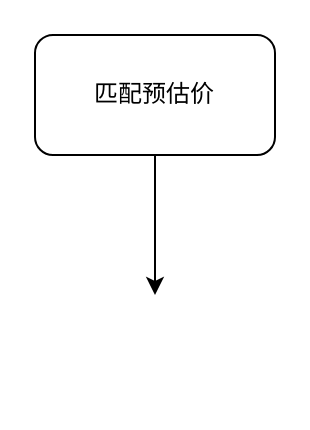
Before: page "匹配预估价" (9 of 9) of 阿里云交易.drawio in mashifei/uml, a draw.io diagram. Source tidied: cells renumbered, new cells numbered last; positions are measured from the earlier drawing's top-left corner, leaving out a move shared by most shapes. Both pictures are drawn from the tidied source at 200%, with x=0, y=0 at pixel (34, 34).
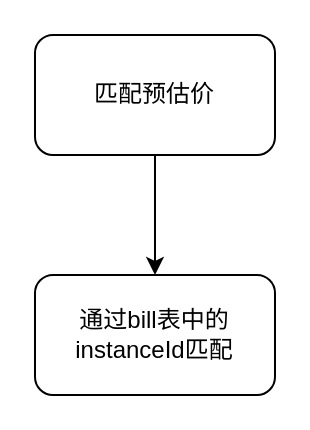
The same page after the edit.

Diff of the diagram source:
```diff
@@
 <mxGraphModel>
   <root>
     <mxCell id="0" />
     <mxCell id="1" parent="0" />
-    <mxCell id="2" style="edgeStyle=orthogonalEdgeStyle;rounded=0;jettySize=auto;html=1;" parent="1" edge="1" source="3">
-      <mxGeometry relative="1" as="geometry">
-        <mxPoint x="60" y="130" as="targetPoint" />
-      </mxGeometry>
+    <mxCell id="2" style="edgeStyle=orthogonalEdgeStyle;rounded=0;jettySize=auto;html=1;entryX=0.5;entryY=0;entryDx=0;entryDy=0;" parent="1" edge="1" source="3" target="4">
+      <mxGeometry relative="1" as="geometry" />
     </mxCell>
     <mxCell id="3" value="匹配预估价" style="rounded=1;whiteSpace=wrap;html=1;" parent="1" vertex="1">
       <mxGeometry width="120" height="60" as="geometry" />
     </mxCell>
+    <mxCell id="4" value="通过bill表中的instanceId匹配" style="rounded=1;whiteSpace=wrap;html=1;" parent="1" vertex="1">
+      <mxGeometry y="120" width="120" height="60" as="geometry" />
+    </mxCell>
   </root>
 </mxGraphModel>
```
